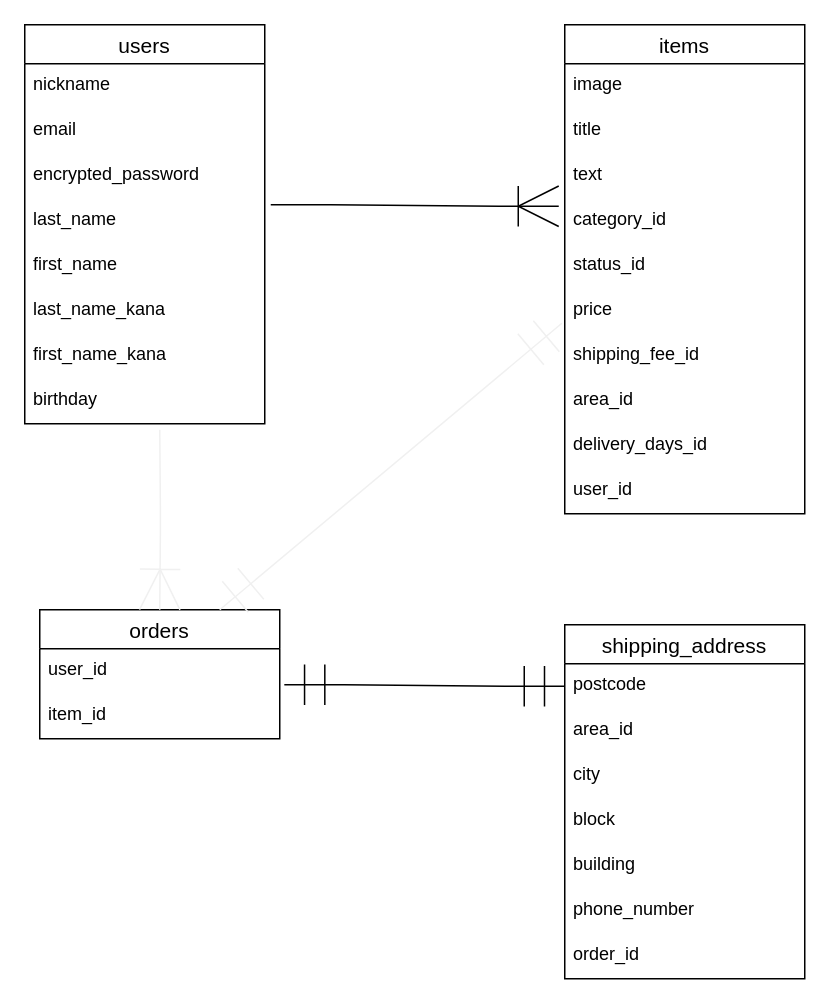
This is er.dio from ranburu1/furima-36749, a draw.io file, before an edit. Source tidied: cells renumbered, new cells numbered last; positions are measured from the earlier drawing's top-left corner, leaving out a move shared by most shapes. Both pictures are drawn from the tidied source at 150%, with x=0, y=0 at pixel (24, 24).
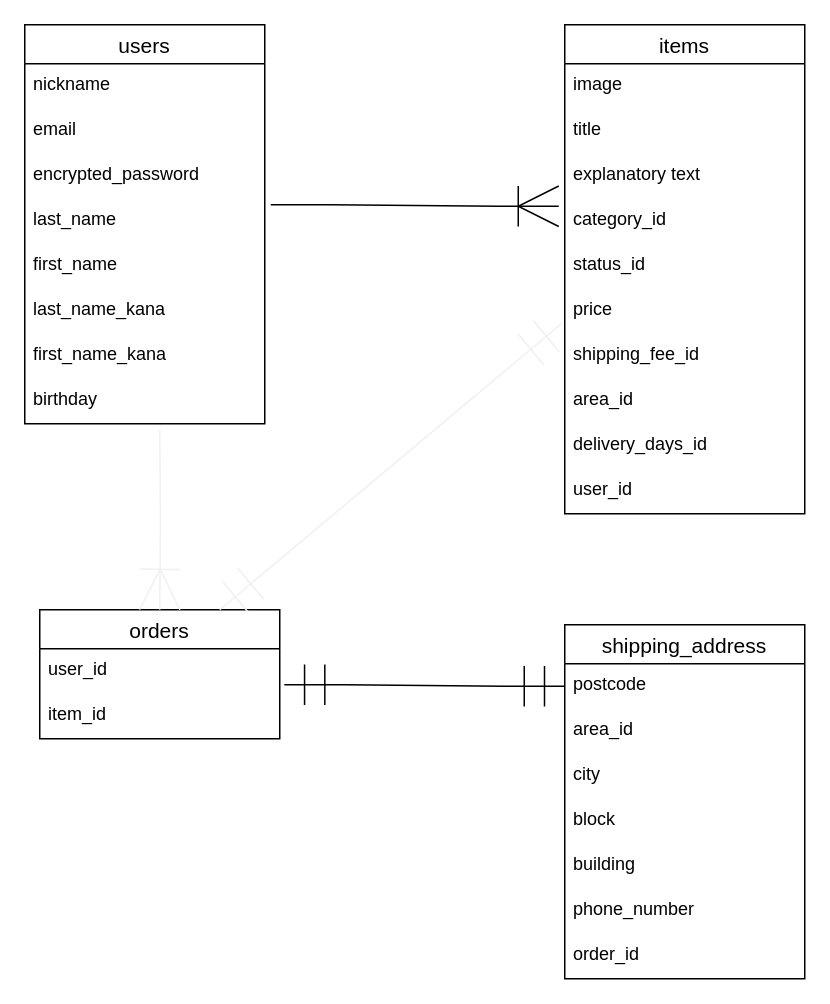
Above is the later version.

The change refers to these unchanged cells:
```xml
<mxCell id="11" value="items" style="swimlane;fontStyle=0;horizontal=1;startSize=26;align=center;fontSize=14;" parent="1" vertex="1">
  <mxGeometry x="360" width="160" height="326" as="geometry" />
</mxCell>
```

What changed in the source:
```diff
@@
-    <mxCell id="14" value="text" style="text;strokeColor=none;fillColor=none;spacingLeft=4;spacingRight=4;overflow=hidden;fontSize=12;" parent="11" vertex="1">
+    <mxCell id="14" value="explanatory text" style="text;strokeColor=none;fillColor=none;spacingLeft=4;spacingRight=4;overflow=hidden;fontSize=12;" parent="11" vertex="1">
       <mxGeometry y="86" width="160" height="30" as="geometry" />
     </mxCell>
```
